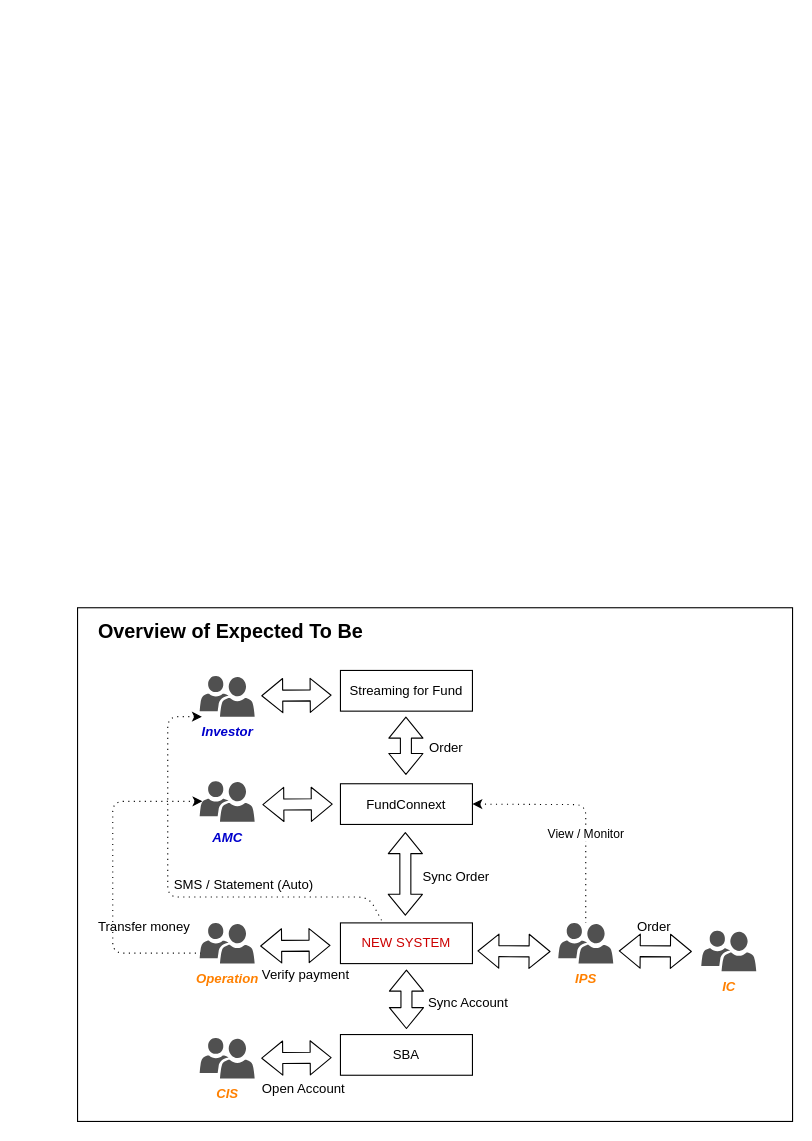
Earlier version of the draw.io diagram page "Overview-To-Be" (2 of 7) of UT Diagram.drawio (peerapongdev/diagrams). Source tidied: cells renumbered, new cells numbered last; positions are measured from the earlier drawing's top-left corner, leaving out a move shared by most shapes. Both pictures are drawn from the tidied source at 110%, with x=0, y=0 at pixel (77, 607).
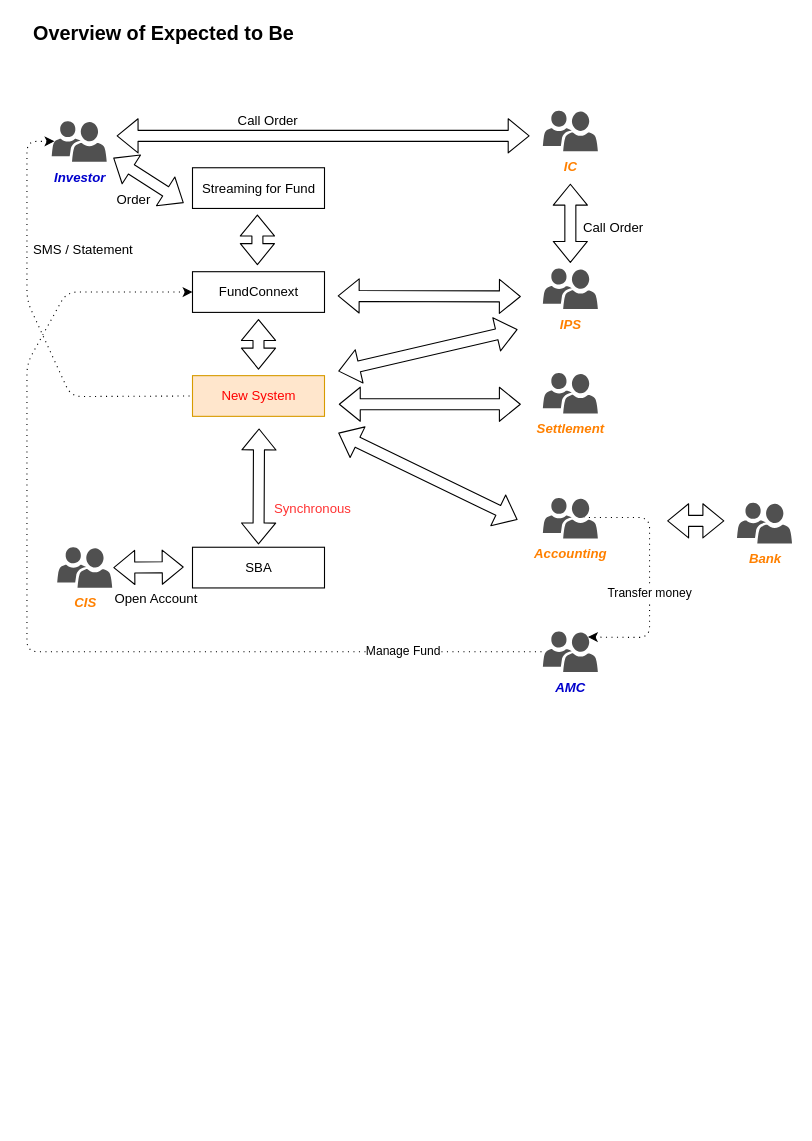
The same page after the edit.

What changed in the source:
```diff
@@
-    <mxCell id="2" style="rounded=0;whiteSpace=wrap;html=1;fontColor=#FF8000;" parent="1" vertex="1">
-      <mxGeometry width="650" height="467" as="geometry" />
-    </mxCell>
     <mxCell id="3" value="IPS" style="shadow=0;dashed=0;html=1;strokeColor=none;labelPosition=center;verticalLabelPosition=bottom;verticalAlign=top;align=center;shape=mxgraph.mscae.intune.user_group;fillColor=#505050;fontStyle=3;fontColor=#FF8000;" parent="1" vertex="1">
-      <mxGeometry x="437" y="286.5" width="50" height="37" as="geometry" />
+      <mxGeometry x="423" y="-308.5" width="50" height="37" as="geometry" />
     </mxCell>
-    <mxCell id="4" style="shape=flexArrow;endArrow=classic;startArrow=classic;html=1;" parent="1" edge="1">
-      <mxGeometry relative="1" as="geometry">
-        <mxPoint x="167" y="80" as="sourcePoint" />
-        <mxPoint x="231" y="79.5" as="targetPoint" />
-      </mxGeometry>
-    </mxCell>
+    <mxCell id="34" style="shape=flexArrow;endArrow=classic;startArrow=classic;html=1;" parent="1" edge="1">
+      <mxGeometry relative="1" as="geometry">
+        <mxPoint x="32.5" y="-409" as="sourcePoint" />
+        <mxPoint x="96.5" y="-368" as="targetPoint" />
+      </mxGeometry>
+    </mxCell>
     <mxCell id="5" value="IC" style="shadow=0;dashed=0;html=1;strokeColor=none;labelPosition=center;verticalLabelPosition=bottom;verticalAlign=top;align=center;shape=mxgraph.mscae.intune.user_group;fillColor=#505050;fontStyle=3;fontColor=#FF8000;" parent="1" vertex="1">
-      <mxGeometry x="567" y="293.5" width="50" height="37" as="geometry" />
+      <mxGeometry x="423" y="-452" width="50" height="37" as="geometry" />
     </mxCell>
     <mxCell id="6" value="Investor" style="shadow=0;dashed=0;html=1;strokeColor=none;labelPosition=center;verticalLabelPosition=bottom;verticalAlign=top;align=center;shape=mxgraph.mscae.intune.user_group;fillColor=#505050;fontStyle=3;fontColor=#0000CC;" parent="1" vertex="1">
-      <mxGeometry x="111" y="62" width="50" height="37" as="geometry" />
+      <mxGeometry x="-23.5" y="-442.5" width="50" height="37" as="geometry" />
     </mxCell>
-    <mxCell id="7" style="shape=flexArrow;endArrow=classic;startArrow=classic;html=1;" parent="1" edge="1">
-      <mxGeometry relative="1" as="geometry">
-        <mxPoint x="298.5" y="99" as="sourcePoint" />
-        <mxPoint x="298.5" y="152" as="targetPoint" />
-      </mxGeometry>
-    </mxCell>
     <mxCell id="8" value="&lt;span&gt;Streaming for Fund&lt;/span&gt;" style="rounded=0;whiteSpace=wrap;html=1;" parent="1" vertex="1">
-      <mxGeometry x="239" y="57" width="120" height="37" as="geometry" />
+      <mxGeometry x="104.5" y="-400" width="120" height="37" as="geometry" />
     </mxCell>
     <mxCell id="9" value="&lt;span&gt;FundConnext&lt;/span&gt;" style="rounded=0;whiteSpace=wrap;html=1;" parent="1" vertex="1">
-      <mxGeometry x="239" y="160" width="120" height="37" as="geometry" />
+      <mxGeometry x="104.5" y="-305.5" width="120" height="37" as="geometry" />
     </mxCell>
-    <mxCell id="10" value="Operation" style="shadow=0;dashed=0;html=1;strokeColor=none;labelPosition=center;verticalLabelPosition=bottom;verticalAlign=top;align=center;shape=mxgraph.mscae.intune.user_group;fillColor=#505050;fontStyle=3;fontColor=#FF8000;" parent="1" vertex="1">
-      <mxGeometry x="111" y="286.5" width="50" height="37" as="geometry" />
-    </mxCell>
-    <mxCell id="11" value="&lt;font color=&quot;#cc0000&quot;&gt;NEW SYSTEM&lt;/font&gt;" style="rounded=0;whiteSpace=wrap;html=1;" parent="1" vertex="1">
-      <mxGeometry x="239" y="286.5" width="120" height="37" as="geometry" />
-    </mxCell>
-    <mxCell id="12" value="Order" style="text;html=1;align=left;verticalAlign=top;spacingTop=-4;" parent="1" vertex="1">
-      <mxGeometry x="318" y="118" width="41" height="14" as="geometry" />
-    </mxCell>
-    <mxCell id="13" value="Verify payment" style="text;html=1;align=left;verticalAlign=top;spacingTop=-4;" parent="1" vertex="1">
-      <mxGeometry x="166" y="323.5" width="89" height="14" as="geometry" />
-    </mxCell>
-    <mxCell id="14" value="Order" style="text;html=1;align=left;verticalAlign=top;spacingTop=-4;" parent="1" vertex="1">
-      <mxGeometry x="506.5" y="279.5" width="41" height="14" as="geometry" />
-    </mxCell>
-    <mxCell id="15" value="SMS / Statement (Auto)" style="text;html=1;align=left;verticalAlign=top;spacingTop=-4;" parent="1" vertex="1">
-      <mxGeometry x="85.5" y="241.9" width="136" height="14" as="geometry" />
-    </mxCell>
+    <mxCell id="35" value="Settlement" style="shadow=0;dashed=0;html=1;strokeColor=none;labelPosition=center;verticalLabelPosition=bottom;verticalAlign=top;align=center;shape=mxgraph.mscae.intune.user_group;fillColor=#505050;fontStyle=3;fontColor=#FF8000;" parent="1" vertex="1">
+      <mxGeometry x="423" y="-213.5" width="50" height="37" as="geometry" />
+    </mxCell>
+    <mxCell id="36" style="shape=flexArrow;endArrow=classic;startArrow=classic;html=1;" parent="1" edge="1">
+      <mxGeometry relative="1" as="geometry">
+        <mxPoint x="403" y="-185" as="sourcePoint" />
+        <mxPoint x="237.5" y="-185" as="targetPoint" />
+      </mxGeometry>
+    </mxCell>
+    <mxCell id="37" value="New System" style="rounded=0;whiteSpace=wrap;html=1;fillColor=#ffe6cc;strokeColor=#d79b00;fontColor=#FF0000;" parent="1" vertex="1">
+      <mxGeometry x="104.5" y="-211" width="120" height="37" as="geometry" />
+    </mxCell>
+    <mxCell id="38" style="shape=flexArrow;endArrow=classic;startArrow=classic;html=1;" parent="1" edge="1">
+      <mxGeometry relative="1" as="geometry">
+        <mxPoint x="236.5" y="-283.5" as="sourcePoint" />
+        <mxPoint x="403" y="-283" as="targetPoint" />
+      </mxGeometry>
+    </mxCell>
+    <mxCell id="39" value="Call Order" style="text;html=1;align=left;verticalAlign=top;spacingTop=-4;" parent="1" vertex="1">
+      <mxGeometry x="144" y="-452" width="65" height="14" as="geometry" />
+    </mxCell>
+    <mxCell id="40" value="SMS / Statement" style="text;html=1;align=left;verticalAlign=top;spacingTop=-4;" parent="1" vertex="1">
+      <mxGeometry x="-42" y="-334.6" width="101" height="14" as="geometry" />
+    </mxCell>
     <mxCell id="16" value="AMC" style="shadow=0;dashed=0;html=1;strokeColor=none;labelPosition=center;verticalLabelPosition=bottom;verticalAlign=top;align=center;shape=mxgraph.mscae.intune.user_group;fillColor=#505050;fontStyle=3;fontColor=#0000CC;" parent="1" vertex="1">
-      <mxGeometry x="111" y="157.5" width="50" height="37" as="geometry" />
+      <mxGeometry x="423" y="21.5" width="50" height="37" as="geometry" />
     </mxCell>
-    <mxCell id="17" style="shape=flexArrow;endArrow=classic;startArrow=classic;html=1;" parent="1" edge="1">
-      <mxGeometry relative="1" as="geometry">
-        <mxPoint x="168" y="179" as="sourcePoint" />
-        <mxPoint x="232" y="178.5" as="targetPoint" />
-      </mxGeometry>
-    </mxCell>
     <mxCell id="18" value="CIS" style="shadow=0;dashed=0;html=1;strokeColor=none;labelPosition=center;verticalLabelPosition=bottom;verticalAlign=top;align=center;shape=mxgraph.mscae.intune.user_group;fillColor=#505050;fontStyle=3;fontColor=#FF8000;" parent="1" vertex="1">
-      <mxGeometry x="111" y="390.9" width="50" height="37" as="geometry" />
+      <mxGeometry x="-18.5" y="-55.1" width="50" height="37" as="geometry" />
     </mxCell>
-    <mxCell id="19" style="endArrow=none;html=1;dashed=1;dashPattern=1 4;startArrow=classic;startFill=1;rounded=1;entryX=0.324;entryY=0.015;entryDx=0;entryDy=0;entryPerimeter=0;" parent="1" edge="1" target="11">
-      <mxGeometry relative="1" as="geometry">
-        <mxPoint x="113" y="99" as="sourcePoint" />
-        <Array as="points">
-          <mxPoint x="82" y="99" />
-          <mxPoint x="82" y="263" />
-          <mxPoint x="265" y="263" />
-        </Array>
-      </mxGeometry>
-    </mxCell>
-    <mxCell id="20" style="shape=flexArrow;endArrow=classic;startArrow=classic;html=1;" parent="1" edge="1">
-      <mxGeometry relative="1" as="geometry">
-        <mxPoint x="298" y="204" as="sourcePoint" />
-        <mxPoint x="298" y="280" as="targetPoint" />
-      </mxGeometry>
-    </mxCell>
-    <mxCell id="21" style="shape=flexArrow;endArrow=classic;startArrow=classic;html=1;" parent="1" edge="1">
-      <mxGeometry relative="1" as="geometry">
-        <mxPoint x="363.5" y="312" as="sourcePoint" />
-        <mxPoint x="430" y="312.5" as="targetPoint" />
-      </mxGeometry>
-    </mxCell>
+    <mxCell id="41" style="endArrow=none;html=1;dashed=1;dashPattern=1 4;startArrow=classic;startFill=1;rounded=1;entryX=0;entryY=0.5;entryDx=0;entryDy=0;exitX=0.05;exitY=0.5;exitDx=0;exitDy=0;exitPerimeter=0;" parent="1" edge="1" source="6" target="37">
+      <mxGeometry relative="1" as="geometry">
+        <Array as="points">
+          <mxPoint x="-46" y="-424" />
+          <mxPoint x="-46" y="-279" />
+          <mxPoint x="-6" y="-192" />
+        </Array>
+      </mxGeometry>
+    </mxCell>
+    <mxCell id="42" style="shape=flexArrow;endArrow=classic;startArrow=classic;html=1;" parent="1" edge="1">
+      <mxGeometry relative="1" as="geometry">
+        <mxPoint x="237" y="-215" as="sourcePoint" />
+        <mxPoint x="400" y="-253" as="targetPoint" />
+      </mxGeometry>
+    </mxCell>
-    <mxCell id="22" value="Transfer money" style="text;html=1;align=left;verticalAlign=top;spacingTop=-4;" parent="1" vertex="1">
-      <mxGeometry x="17" y="279.5" width="94" height="14" as="geometry" />
+    <mxCell id="22" value="Transfer money" style="endArrow=none;html=1;dashed=1;dashPattern=1 4;startArrow=classic;startFill=1;rounded=1;entryX=0.754;entryY=0.484;entryDx=0;entryDy=0;entryPerimeter=0;exitX=0.82;exitY=0.14;exitDx=0;exitDy=0;exitPerimeter=0;" parent="1" edge="1" source="16" target="45">
+      <mxGeometry x="-0.14" relative="1" as="geometry">
+        <Array as="points">
+          <mxPoint x="520" y="27" />
+          <mxPoint x="520" />
+          <mxPoint x="520" y="-82" />
+        </Array>
+      </mxGeometry>
     </mxCell>
     <mxCell id="23" value="SBA" style="rounded=0;whiteSpace=wrap;html=1;" parent="1" vertex="1">
-      <mxGeometry x="239" y="388" width="120" height="37" as="geometry" />
+      <mxGeometry x="104.5" y="-55" width="120" height="37" as="geometry" />
     </mxCell>
-    <mxCell id="24" style="shape=flexArrow;endArrow=classic;startArrow=classic;html=1;" parent="1" edge="1">
-      <mxGeometry relative="1" as="geometry">
-        <mxPoint x="167" y="409.5" as="sourcePoint" />
-        <mxPoint x="231" y="409" as="targetPoint" />
-      </mxGeometry>
-    </mxCell>
+    <mxCell id="43" style="shape=flexArrow;endArrow=classic;startArrow=classic;html=1;" parent="1" edge="1">
+      <mxGeometry relative="1" as="geometry">
+        <mxPoint x="32.5" y="-36.5" as="sourcePoint" />
+        <mxPoint x="96.5" y="-37" as="targetPoint" />
+      </mxGeometry>
+    </mxCell>
     <mxCell id="25" value="Open Account" style="text;html=1;align=left;verticalAlign=top;spacingTop=-4;" parent="1" vertex="1">
-      <mxGeometry x="166" y="427.9" width="86" height="14" as="geometry" />
+      <mxGeometry x="31.5" y="-18.1" width="86" height="14" as="geometry" />
     </mxCell>
-    <mxCell id="26" style="shape=flexArrow;endArrow=classic;startArrow=classic;html=1;" parent="1" edge="1">
-      <mxGeometry relative="1" as="geometry">
-        <mxPoint x="299" y="329" as="sourcePoint" />
-        <mxPoint x="299" y="383" as="targetPoint" />
-      </mxGeometry>
-    </mxCell>
-    <mxCell id="27" value="Sync Order" style="text;html=1;align=left;verticalAlign=top;spacingTop=-4;" parent="1" vertex="1">
-      <mxGeometry x="311.5" y="235" width="71" height="14" as="geometry" />
-    </mxCell>
-    <mxCell id="28" value="Sync Account" style="text;html=1;align=left;verticalAlign=top;spacingTop=-4;" parent="1" vertex="1">
-      <mxGeometry x="317" y="349" width="84" height="14" as="geometry" />
-    </mxCell>
-    <mxCell id="29" style="shape=flexArrow;endArrow=classic;startArrow=classic;html=1;" parent="1" edge="1">
-      <mxGeometry relative="1" as="geometry">
-        <mxPoint x="492" y="312" as="sourcePoint" />
-        <mxPoint x="558.5" y="312.5" as="targetPoint" />
-      </mxGeometry>
-    </mxCell>
-    <mxCell id="30" value="View / Monitor" style="endArrow=none;html=1;dashed=1;dashPattern=1 4;startArrow=classic;startFill=1;rounded=1;exitX=1;exitY=0.5;exitDx=0;exitDy=0;entryX=0.5;entryY=0;entryDx=0;entryDy=0;entryPerimeter=0;" parent="1" edge="1" source="9" target="3">
-      <mxGeometry x="-0.02" y="-27" relative="1" as="geometry">
-        <Array as="points">
-          <mxPoint x="462" y="179" />
-        </Array>
-        <mxPoint x="27" y="27" as="offset" />
-      </mxGeometry>
-    </mxCell>
-    <mxCell id="31" style="shape=flexArrow;endArrow=classic;startArrow=classic;html=1;" parent="1" edge="1">
-      <mxGeometry relative="1" as="geometry">
-        <mxPoint x="166" y="307.5" as="sourcePoint" />
-        <mxPoint x="230" y="307" as="targetPoint" />
-      </mxGeometry>
-    </mxCell>
-    <mxCell id="32" style="endArrow=none;html=1;dashed=1;dashPattern=1 4;startArrow=classic;startFill=1;rounded=1;exitX=0.05;exitY=0.5;exitDx=0;exitDy=0;exitPerimeter=0;" parent="1" edge="1" source="16">
-      <mxGeometry relative="1" as="geometry">
-        <mxPoint x="112" y="314" as="targetPoint" />
-        <Array as="points">
-          <mxPoint x="32" y="176" />
-          <mxPoint x="32" y="314" />
-          <mxPoint x="82" y="314" />
-        </Array>
-      </mxGeometry>
-    </mxCell>
-    <mxCell id="33" value="&lt;font color=&quot;#000000&quot; size=&quot;1&quot;&gt;&lt;b style=&quot;font-size: 18px&quot;&gt;Overview of Expected To Be&lt;/b&gt;&lt;/font&gt;" style="text;html=1;align=left;verticalAlign=top;spacingTop=-4;fontColor=#FF8000;" parent="1" vertex="1">
-      <mxGeometry x="17" y="9" width="251" height="16" as="geometry" />
-    </mxCell>
+    <mxCell id="44" value="&lt;font color=&quot;#000000&quot; size=&quot;1&quot;&gt;&lt;b style=&quot;font-size: 18px&quot;&gt;Overview of Expected to Be&lt;/b&gt;&lt;/font&gt;" style="text;html=1;align=left;verticalAlign=top;spacingTop=-4;fontColor=#FF8000;" parent="1" vertex="1">
+      <mxGeometry x="-42" y="-535" width="247" height="16" as="geometry" />
+    </mxCell>
+    <mxCell id="45" value="Accounting" style="shadow=0;dashed=0;html=1;strokeColor=none;labelPosition=center;verticalLabelPosition=bottom;verticalAlign=top;align=center;shape=mxgraph.mscae.intune.user_group;fillColor=#505050;fontStyle=3;fontColor=#FF8000;" parent="1" vertex="1">
+      <mxGeometry x="423" y="-100" width="50" height="37" as="geometry" />
+    </mxCell>
+    <mxCell id="46" value="Bank" style="shadow=0;dashed=0;html=1;strokeColor=none;labelPosition=center;verticalLabelPosition=bottom;verticalAlign=top;align=center;shape=mxgraph.mscae.intune.user_group;fillColor=#505050;fontStyle=3;fontColor=#FF8000;" parent="1" vertex="1">
+      <mxGeometry x="599.5" y="-95.5" width="50" height="37" as="geometry" />
+    </mxCell>
+    <mxCell id="47" style="shape=flexArrow;endArrow=classic;startArrow=classic;html=1;" parent="1" edge="1">
+      <mxGeometry relative="1" as="geometry">
+        <mxPoint x="536" y="-79" as="sourcePoint" />
+        <mxPoint x="588" y="-79" as="targetPoint" />
+      </mxGeometry>
+    </mxCell>
+    <mxCell id="48" style="shape=flexArrow;endArrow=classic;startArrow=classic;html=1;" parent="1" edge="1">
+      <mxGeometry relative="1" as="geometry">
+        <mxPoint x="411" y="-429" as="sourcePoint" />
+        <mxPoint x="35.5" y="-429" as="targetPoint" />
+      </mxGeometry>
+    </mxCell>
+    <mxCell id="49" style="shape=flexArrow;endArrow=classic;startArrow=classic;html=1;" parent="1" edge="1">
+      <mxGeometry relative="1" as="geometry">
+        <mxPoint x="448" y="-385.5" as="sourcePoint" />
+        <mxPoint x="448" y="-313.5" as="targetPoint" />
+      </mxGeometry>
+    </mxCell>
+    <mxCell id="50" value="Manage Fund" style="endArrow=none;html=1;dashed=1;dashPattern=1 4;startArrow=classic;startFill=1;rounded=1;entryX=0.05;entryY=0.5;entryDx=0;entryDy=0;entryPerimeter=0;exitX=0;exitY=0.5;exitDx=0;exitDy=0;" parent="1" edge="1" source="9" target="16">
+      <mxGeometry x="0.72" y="1" relative="1" as="geometry">
+        <Array as="points">
+          <mxPoint x="-10" y="-287" />
+          <mxPoint x="-46" y="-222" />
+          <mxPoint x="-46" y="40" />
+        </Array>
+      </mxGeometry>
+    </mxCell>
+    <mxCell id="51" value="Order" style="text;html=1;align=left;verticalAlign=top;spacingTop=-4;" parent="1" vertex="1">
+      <mxGeometry x="33.5" y="-381.5" width="41" height="14" as="geometry" />
+    </mxCell>
+    <mxCell id="52" value="Call Order" style="text;html=1;align=left;verticalAlign=top;spacingTop=-4;" parent="1" vertex="1">
+      <mxGeometry x="457.5" y="-355.5" width="65" height="14" as="geometry" />
+    </mxCell>
+    <mxCell id="53" style="shape=flexArrow;endArrow=classic;startArrow=classic;html=1;" parent="1" edge="1">
+      <mxGeometry relative="1" as="geometry">
+        <mxPoint x="165" y="-163" as="sourcePoint" />
+        <mxPoint x="164.5" y="-57.5" as="targetPoint" />
+      </mxGeometry>
+    </mxCell>
+    <mxCell id="54" value="Synchronous" style="text;html=1;align=left;verticalAlign=top;spacingTop=-4;fontColor=#FF3333;" parent="1" vertex="1">
+      <mxGeometry x="176.5" y="-100.1" width="80" height="14" as="geometry" />
+    </mxCell>
+    <mxCell id="55" style="shape=flexArrow;endArrow=classic;startArrow=classic;html=1;" parent="1" edge="1">
+      <mxGeometry relative="1" as="geometry">
+        <mxPoint x="400" y="-80" as="sourcePoint" />
+        <mxPoint x="237" y="-159" as="targetPoint" />
+      </mxGeometry>
+    </mxCell>
+    <mxCell id="56" style="shape=flexArrow;endArrow=classic;startArrow=classic;html=1;" parent="1" edge="1">
+      <mxGeometry relative="1" as="geometry">
+        <mxPoint x="164.5" y="-262.5" as="sourcePoint" />
+        <mxPoint x="164.5" y="-216.5" as="targetPoint" />
+      </mxGeometry>
+    </mxCell>
+    <mxCell id="57" style="shape=flexArrow;endArrow=classic;startArrow=classic;html=1;" parent="1" edge="1">
+      <mxGeometry relative="1" as="geometry">
+        <mxPoint x="163.5" y="-357.5" as="sourcePoint" />
+        <mxPoint x="163.5" y="-311.5" as="targetPoint" />
+      </mxGeometry>
+    </mxCell>
```
